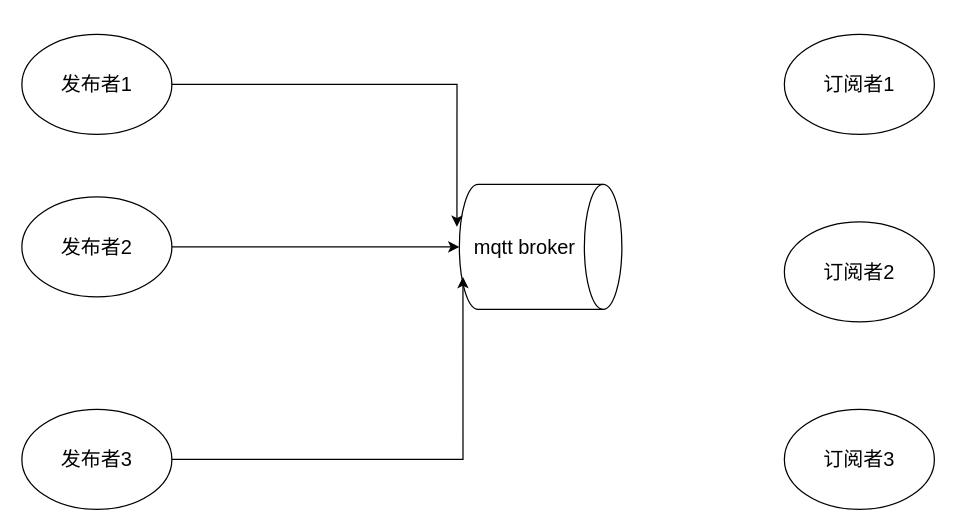
This is 发布订阅.drawio from missay-nine/graph, a draw.io file, before an edit. Source tidied: cells renumbered, new cells numbered last; positions are measured from the earlier drawing's top-left corner, leaving out a move shared by most shapes. Both pictures are drawn from the tidied source at 125%, with x=0, y=0 at pixel (21, 34).
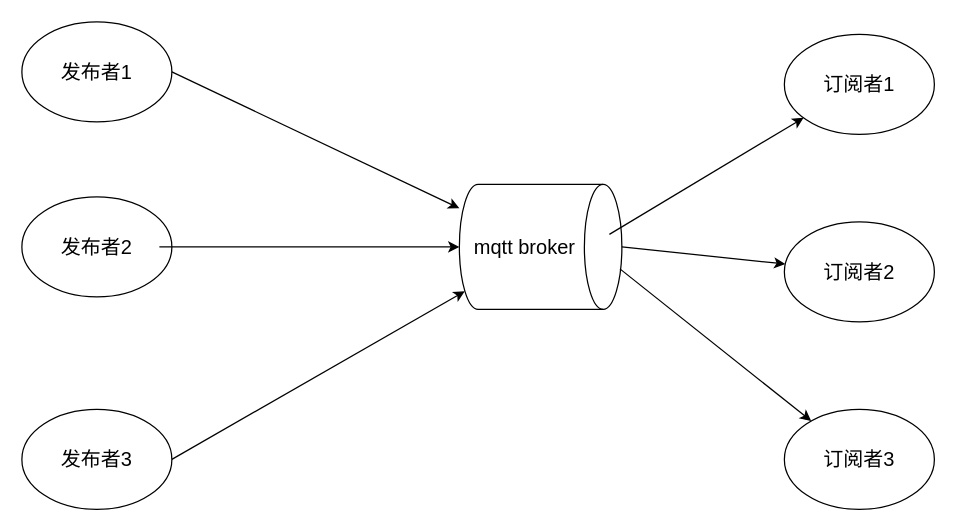
The same page after the edit.

Commit message (it also covers changes not shown here):
更新发布订阅.drawio

Change to the diagram source:
```diff
@@
 <mxGraphModel>
   <root>
     <mxCell id="0" />
     <mxCell id="1" parent="0" />
     <mxCell id="2" value="&lt;font style=&quot;font-size: 16px;&quot;&gt;发布者1&lt;/font&gt;" style="ellipse;whiteSpace=wrap;html=1;" parent="1" vertex="1">
-      <mxGeometry width="120" height="80" as="geometry" />
+      <mxGeometry y="-10" width="120" height="80" as="geometry" />
     </mxCell>
-    <mxCell id="3" style="edgeStyle=orthogonalEdgeStyle;rounded=0;jettySize=auto;html=1;" parent="1" edge="1" source="4" target="6">
-      <mxGeometry relative="1" as="geometry" />
-    </mxCell>
     <mxCell id="4" value="&lt;font style=&quot;font-size: 16px;&quot;&gt;发布者2&lt;/font&gt;" style="ellipse;whiteSpace=wrap;html=1;" parent="1" vertex="1">
       <mxGeometry y="130" width="120" height="80" as="geometry" />
     </mxCell>
     <mxCell id="5" value="&lt;font style=&quot;font-size: 16px;&quot;&gt;发布者3&lt;/font&gt;" style="ellipse;whiteSpace=wrap;html=1;" parent="1" vertex="1">
       <mxGeometry y="300" width="120" height="80" as="geometry" />
     </mxCell>
     <mxCell id="6" value="&lt;font style=&quot;font-size: 16px;&quot;&gt;mqtt broker&lt;/font&gt;" style="shape=cylinder3;whiteSpace=wrap;html=1;boundedLbl=1;backgroundOutline=1;size=15;direction=south;" parent="1" vertex="1">
       <mxGeometry x="350" y="120" width="130" height="100" as="geometry" />
     </mxCell>
     <mxCell id="7" value="&lt;font style=&quot;font-size: 16px;&quot;&gt;订阅者1&lt;/font&gt;" style="ellipse;whiteSpace=wrap;html=1;" parent="1" vertex="1">
       <mxGeometry x="610" width="120" height="80" as="geometry" />
     </mxCell>
     <mxCell id="8" value="&lt;font style=&quot;font-size: 16px;&quot;&gt;订阅者2&lt;/font&gt;" style="ellipse;whiteSpace=wrap;html=1;" parent="1" vertex="1">
       <mxGeometry x="610" y="150" width="120" height="80" as="geometry" />
     </mxCell>
     <mxCell id="9" value="&lt;font style=&quot;font-size: 16px;&quot;&gt;订阅者3&lt;/font&gt;" style="ellipse;whiteSpace=wrap;html=1;" parent="1" vertex="1">
       <mxGeometry x="610" y="300" width="120" height="80" as="geometry" />
     </mxCell>
-    <mxCell id="10" style="edgeStyle=orthogonalEdgeStyle;rounded=0;jettySize=auto;html=1;exitX=1;exitY=0.5;exitDx=0;exitDy=0;entryX=0.34;entryY=1.015;entryDx=0;entryDy=0;entryPerimeter=0;" parent="1" edge="1" source="2" target="6">
-      <mxGeometry relative="1" as="geometry" />
-    </mxCell>
-    <mxCell id="11" style="edgeStyle=orthogonalEdgeStyle;rounded=0;jettySize=auto;html=1;entryX=0.74;entryY=0.978;entryDx=0;entryDy=0;entryPerimeter=0;" parent="1" edge="1" source="5" target="6">
-      <mxGeometry relative="1" as="geometry" />
-    </mxCell>
+    <mxCell id="12" style="endArrow=classic;html=1;rounded=0;" parent="1" edge="1" target="7">
+      <mxGeometry relative="1" as="geometry">
+        <mxPoint x="470" y="160" as="sourcePoint" />
+      </mxGeometry>
+    </mxCell>
+    <mxCell id="13" style="endArrow=classic;html=1;rounded=0;" parent="1" edge="1" target="8">
+      <mxGeometry relative="1" as="geometry">
+        <mxPoint x="480" y="170" as="sourcePoint" />
+      </mxGeometry>
+    </mxCell>
+    <mxCell id="14" style="endArrow=classic;html=1;rounded=0;exitX=0.676;exitY=0.012;exitDx=0;exitDy=0;exitPerimeter=0;" parent="1" edge="1" source="6" target="9">
+      <mxGeometry relative="1" as="geometry" />
+    </mxCell>
+    <mxCell id="15" style="endArrow=classic;html=1;rounded=0;" parent="1" edge="1" target="6">
+      <mxGeometry relative="1" as="geometry">
+        <mxPoint x="120" y="30" as="sourcePoint" />
+      </mxGeometry>
+    </mxCell>
+    <mxCell id="16" style="endArrow=classic;html=1;rounded=0;" parent="1" edge="1" target="6">
+      <mxGeometry relative="1" as="geometry">
+        <mxPoint x="110" y="170" as="sourcePoint" />
+      </mxGeometry>
+    </mxCell>
+    <mxCell id="17" style="endArrow=classic;html=1;rounded=0;entryX=0.855;entryY=1;entryDx=0;entryDy=-4.35;entryPerimeter=0;" parent="1" edge="1" target="6">
+      <mxGeometry relative="1" as="geometry">
+        <mxPoint x="120" y="340" as="sourcePoint" />
+      </mxGeometry>
+    </mxCell>
   </root>
 </mxGraphModel>
```
